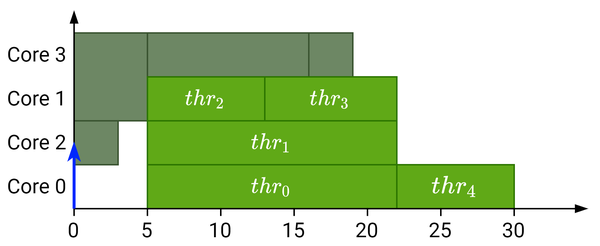
Above: Notes/TFM_presentations/midterm/figures/drawings/taskModels_gang_1.png in jmigual/APATeoria (draw.io), before the change. Source tidied: cells renumbered, new cells last; positions are measured from the earlier drawing's top-left corner, leaving out a move shared by most shapes. The source it was exported from:
```xml
<mxGraphModel math="1">
  <root>
    <mxCell id="0" />
    <mxCell id="1" parent="0" />
    <mxCell id="2" style="rounded=0;whiteSpace=wrap;html=1;align=center;fillColor=#6d8764;strokeColor=#3A5431;fontColor=#ffffff;fontFamily=Roboto;FType=g;" parent="1" vertex="1">
      <mxGeometry x="210" y="15" width="30" height="30" as="geometry" />
    </mxCell>
    <mxCell id="3" value="&lt;span style=&quot;font-size: 14px&quot;&gt;$$thr_4$$&lt;/span&gt;" style="rounded=0;whiteSpace=wrap;html=1;align=center;fillColor=#60a917;strokeColor=#2D7600;fontColor=#ffffff;fontFamily=Roboto;FType=g;" parent="1" vertex="1">
      <mxGeometry x="270" y="105" width="80" height="30" as="geometry" />
    </mxCell>
    <mxCell id="4" style="rounded=0;whiteSpace=wrap;html=1;align=center;fillColor=#6d8764;strokeColor=#3A5431;fontColor=#ffffff;fontFamily=Roboto;FType=g;" parent="1" vertex="1">
      <mxGeometry x="50" y="75" width="30" height="30" as="geometry" />
    </mxCell>
    <mxCell id="5" style="rounded=0;whiteSpace=wrap;html=1;align=center;fillColor=#6d8764;strokeColor=#3A5431;fontColor=#ffffff;fontFamily=Roboto;FType=g;" parent="1" vertex="1">
      <mxGeometry x="50" y="15" width="50" height="60" as="geometry" />
    </mxCell>
    <mxCell id="6" style="rounded=0;whiteSpace=wrap;html=1;align=center;fillColor=#6d8764;strokeColor=#3A5431;fontColor=#ffffff;fontFamily=Roboto;FType=g;" parent="1" vertex="1">
      <mxGeometry x="100" y="15" width="110" height="30" as="geometry" />
    </mxCell>
    <mxCell id="7" value="$$thr_1$$" style="rounded=0;whiteSpace=wrap;html=1;align=center;fillColor=#60a917;strokeColor=#2D7600;fontColor=#ffffff;fontFamily=Roboto;FType=g;" parent="1" vertex="1">
      <mxGeometry x="100" y="75" width="170" height="30" as="geometry" />
    </mxCell>
    <mxCell id="8" value="$$thr_3$$" style="rounded=0;whiteSpace=wrap;html=1;align=center;fillColor=#60a917;strokeColor=#2D7600;fontColor=#ffffff;fontFamily=Roboto;FType=g;" parent="1" vertex="1">
      <mxGeometry x="180" y="45" width="90" height="30" as="geometry" />
    </mxCell>
    <mxCell id="9" value="$$thr_0$$" style="rounded=0;whiteSpace=wrap;html=1;align=center;fillColor=#60a917;strokeColor=#2D7600;fontColor=#ffffff;fontFamily=Roboto;FType=g;" parent="1" vertex="1">
      <mxGeometry x="100" y="105" width="170" height="30" as="geometry" />
    </mxCell>
    <mxCell id="10" style="endArrow=blockThin;html=1;endFill=1;fontFamily=Roboto;FType=g;" parent="1" edge="1">
      <mxGeometry relative="1" as="geometry">
        <mxPoint x="50" y="135" as="sourcePoint" />
        <mxPoint x="400" y="135" as="targetPoint" />
      </mxGeometry>
    </mxCell>
    <mxCell id="11" style="endArrow=blockThin;html=1;strokeColor=#000000;endFill=1;exitX=0.5;exitY=0;exitDx=0;exitDy=0;fontFamily=Roboto;FType=g;" parent="1" edge="1" source="12">
      <mxGeometry relative="1" as="geometry">
        <mxPoint x="50" as="targetPoint" />
      </mxGeometry>
    </mxCell>
    <mxCell id="12" value="&lt;div style=&quot;font-size: 14px;&quot;&gt;0&lt;/div&gt;" style="text;html=1;strokeColor=none;fillColor=none;align=center;verticalAlign=middle;whiteSpace=wrap;rounded=0;fontSize=14;fontFamily=Roboto;FType=g;" parent="1" vertex="1">
      <mxGeometry x="40" y="140" width="20" height="20" as="geometry" />
    </mxCell>
    <mxCell id="13" value="5" style="text;html=1;strokeColor=none;fillColor=none;align=center;verticalAlign=middle;whiteSpace=wrap;rounded=0;fontSize=14;fontFamily=Roboto;FType=g;" parent="1" vertex="1">
      <mxGeometry x="90" y="140" width="20" height="20" as="geometry" />
    </mxCell>
    <mxCell id="14" value="10" style="text;html=1;strokeColor=none;fillColor=none;align=center;verticalAlign=middle;whiteSpace=wrap;rounded=0;fontSize=14;fontFamily=Roboto;FType=g;" parent="1" vertex="1">
      <mxGeometry x="140" y="140" width="20" height="20" as="geometry" />
    </mxCell>
    <mxCell id="15" value="15" style="text;html=1;strokeColor=none;fillColor=none;align=center;verticalAlign=middle;whiteSpace=wrap;rounded=0;fontSize=14;fontFamily=Roboto;FType=g;" parent="1" vertex="1">
      <mxGeometry x="190" y="140" width="20" height="20" as="geometry" />
    </mxCell>
    <mxCell id="16" value="20" style="text;html=1;strokeColor=none;fillColor=none;align=center;verticalAlign=middle;whiteSpace=wrap;rounded=0;fontSize=14;fontFamily=Roboto;FType=g;" parent="1" vertex="1">
      <mxGeometry x="240" y="140" width="20" height="20" as="geometry" />
    </mxCell>
    <mxCell id="17" style="endArrow=classicThin;html=1;strokeColor=#0027FF;fillColor=#0050ef;endFill=1;strokeWidth=2;fontFamily=Roboto;FType=g;" parent="1" edge="1">
      <mxGeometry relative="1" as="geometry">
        <mxPoint x="50" y="135" as="sourcePoint" />
        <mxPoint x="50" y="90" as="targetPoint" />
      </mxGeometry>
    </mxCell>
    <mxCell id="18" value="Core 0" style="text;html=1;strokeColor=none;fillColor=none;align=center;verticalAlign=middle;whiteSpace=wrap;rounded=0;fontSize=14;fontColor=#000000;fontFamily=Roboto;FType=g;" parent="1" vertex="1">
      <mxGeometry y="110" width="50" height="20" as="geometry" />
    </mxCell>
    <mxCell id="19" value="Core 1" style="text;html=1;strokeColor=none;fillColor=none;align=center;verticalAlign=middle;whiteSpace=wrap;rounded=0;fontSize=14;fontColor=#000000;fontFamily=Roboto;FType=g;" parent="1" vertex="1">
      <mxGeometry y="50" width="50" height="20" as="geometry" />
    </mxCell>
    <mxCell id="20" value="Core 2" style="text;html=1;strokeColor=none;fillColor=none;align=center;verticalAlign=middle;whiteSpace=wrap;rounded=0;fontSize=14;fontColor=#000000;fontFamily=Roboto;FType=g;" parent="1" vertex="1">
      <mxGeometry y="80" width="50" height="20" as="geometry" />
    </mxCell>
    <mxCell id="21" value="Core 3" style="text;html=1;strokeColor=none;fillColor=none;align=center;verticalAlign=middle;whiteSpace=wrap;rounded=0;fontSize=14;fontColor=#000000;fontFamily=Roboto;FType=g;" parent="1" vertex="1">
      <mxGeometry y="20" width="50" height="20" as="geometry" />
    </mxCell>
    <mxCell id="22" style="endArrow=none;html=1;fontFamily=Roboto;FType=g;" parent="1" edge="1" source="23">
      <mxGeometry relative="1" as="geometry">
        <mxPoint x="300" y="135" as="targetPoint" />
      </mxGeometry>
    </mxCell>
    <mxCell id="23" value="25" style="text;html=1;strokeColor=none;fillColor=none;align=center;verticalAlign=middle;whiteSpace=wrap;rounded=0;fontSize=14;fontFamily=Roboto;FType=g;" parent="1" vertex="1">
      <mxGeometry x="290" y="140" width="20" height="20" as="geometry" />
    </mxCell>
    <mxCell id="24" style="endArrow=none;html=1;exitX=0.5;exitY=0;exitDx=0;exitDy=0;fontFamily=Roboto;FType=g;" parent="1" edge="1" source="23">
      <mxGeometry relative="1" as="geometry">
        <mxPoint x="300" y="135" as="targetPoint" />
      </mxGeometry>
    </mxCell>
    <mxCell id="25" style="endArrow=none;html=1;exitX=0.5;exitY=0;exitDx=0;exitDy=0;fontFamily=Roboto;FType=g;" parent="1" edge="1" source="16">
      <mxGeometry relative="1" as="geometry">
        <mxPoint x="250" y="135" as="targetPoint" />
      </mxGeometry>
    </mxCell>
    <mxCell id="26" style="endArrow=none;html=1;exitX=0.5;exitY=0;exitDx=0;exitDy=0;fontFamily=Roboto;FType=g;" parent="1" edge="1" source="15">
      <mxGeometry relative="1" as="geometry">
        <mxPoint x="200" y="135" as="targetPoint" />
      </mxGeometry>
    </mxCell>
    <mxCell id="27" style="endArrow=none;html=1;exitX=0.5;exitY=0;exitDx=0;exitDy=0;fontFamily=Roboto;FType=g;" parent="1" edge="1" source="14">
      <mxGeometry relative="1" as="geometry">
        <mxPoint x="150" y="135" as="targetPoint" />
      </mxGeometry>
    </mxCell>
    <mxCell id="28" style="endArrow=none;html=1;exitX=0.5;exitY=0;exitDx=0;exitDy=0;fontFamily=Roboto;FType=g;" parent="1" edge="1" source="13">
      <mxGeometry relative="1" as="geometry">
        <mxPoint x="100" y="135" as="targetPoint" />
      </mxGeometry>
    </mxCell>
    <mxCell id="29" value="$$thr_2$$" style="rounded=0;whiteSpace=wrap;html=1;align=center;fillColor=#60a917;strokeColor=#2D7600;fontColor=#ffffff;fontFamily=Roboto;FType=g;" parent="1" vertex="1">
      <mxGeometry x="100" y="45" width="80" height="30" as="geometry" />
    </mxCell>
    <mxCell id="30" style="endArrow=none;html=1;fontFamily=Roboto;FType=g;" parent="1" edge="1" source="31">
      <mxGeometry relative="1" as="geometry">
        <mxPoint x="350" y="135" as="targetPoint" />
      </mxGeometry>
    </mxCell>
    <mxCell id="31" value="30" style="text;html=1;strokeColor=none;fillColor=none;align=center;verticalAlign=middle;whiteSpace=wrap;rounded=0;fontSize=14;fontFamily=Roboto;FType=g;" parent="1" vertex="1">
      <mxGeometry x="340" y="140" width="20" height="20" as="geometry" />
    </mxCell>
    <mxCell id="32" style="endArrow=none;html=1;exitX=0.5;exitY=0;exitDx=0;exitDy=0;fontFamily=Roboto;FType=g;" parent="1" edge="1" source="31">
      <mxGeometry relative="1" as="geometry">
        <mxPoint x="350" y="135" as="targetPoint" />
      </mxGeometry>
    </mxCell>
  </root>
</mxGraphModel>
```
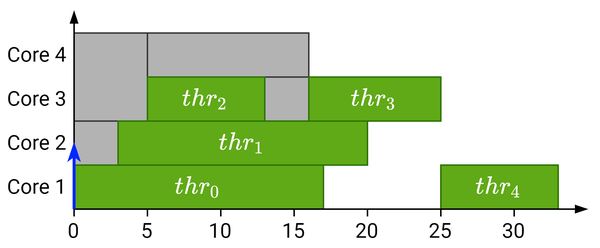
Later version of the same file.

Diff of the diagram source:
```diff
@@ -2,29 +2,29 @@
   <root>
     <mxCell id="0" />
     <mxCell id="1" parent="0" />
-    <mxCell id="2" style="rounded=0;whiteSpace=wrap;html=1;align=center;fillColor=#6d8764;strokeColor=#3A5431;fontColor=#ffffff;fontFamily=Roboto;FType=g;" parent="1" vertex="1">
-      <mxGeometry x="210" y="15" width="30" height="30" as="geometry" />
+    <mxCell id="2" value="&lt;span style=&quot;font-size: 14px&quot;&gt;$$thr_4$$&lt;/span&gt;" style="rounded=0;whiteSpace=wrap;html=1;align=center;fillColor=#60a917;strokeColor=#2D7600;fontColor=#ffffff;fontFamily=Roboto;FType=g;" parent="1" vertex="1">
+      <mxGeometry x="300" y="105" width="80" height="30" as="geometry" />
     </mxCell>
-    <mxCell id="3" value="&lt;span style=&quot;font-size: 14px&quot;&gt;$$thr_4$$&lt;/span&gt;" style="rounded=0;whiteSpace=wrap;html=1;align=center;fillColor=#60a917;strokeColor=#2D7600;fontColor=#ffffff;fontFamily=Roboto;FType=g;" parent="1" vertex="1">
-      <mxGeometry x="270" y="105" width="80" height="30" as="geometry" />
+    <mxCell id="3" style="rounded=0;whiteSpace=wrap;html=1;align=center;fillColor=#B3B3B3;strokeColor=#36393d;fontFamily=Roboto;FType=g;" parent="1" vertex="1">
+      <mxGeometry x="180" y="45" width="30" height="30" as="geometry" />
     </mxCell>
-    <mxCell id="4" style="rounded=0;whiteSpace=wrap;html=1;align=center;fillColor=#6d8764;strokeColor=#3A5431;fontColor=#ffffff;fontFamily=Roboto;FType=g;" parent="1" vertex="1">
-      <mxGeometry x="50" y="75" width="30" height="30" as="geometry" />
+    <mxCell id="4" value="&lt;span style=&quot;font-size: 14px&quot;&gt;$$thr_4$$&lt;/span&gt;" style="rounded=0;whiteSpace=wrap;html=1;align=center;fillColor=#60a917;strokeColor=#2D7600;fontColor=#ffffff;fontFamily=Roboto;FType=g;" parent="1" vertex="1">
+      <mxGeometry x="300" y="105" width="80" height="30" as="geometry" />
     </mxCell>
-    <mxCell id="5" style="rounded=0;whiteSpace=wrap;html=1;align=center;fillColor=#6d8764;strokeColor=#3A5431;fontColor=#ffffff;fontFamily=Roboto;FType=g;" parent="1" vertex="1">
-      <mxGeometry x="50" y="15" width="50" height="60" as="geometry" />
+    <mxCell id="5" style="rounded=0;whiteSpace=wrap;html=1;align=center;fillColor=#B3B3B3;strokeColor=#3A5431;fontColor=#ffffff;fontFamily=Roboto;FType=g;" parent="1" vertex="1">
+      <mxGeometry x="50" y="75" width="30" height="30" as="geometry" />
     </mxCell>
-    <mxCell id="6" style="rounded=0;whiteSpace=wrap;html=1;align=center;fillColor=#6d8764;strokeColor=#3A5431;fontColor=#ffffff;fontFamily=Roboto;FType=g;" parent="1" vertex="1">
-      <mxGeometry x="100" y="15" width="110" height="30" as="geometry" />
+    <mxCell id="6" style="rounded=0;whiteSpace=wrap;html=1;align=center;fillColor=#B3B3B3;strokeColor=#36393d;fontFamily=Roboto;FType=g;" parent="1" vertex="1">
+      <mxGeometry x="50" y="15" width="50" height="60" as="geometry" />
     </mxCell>
-    <mxCell id="7" value="$$thr_1$$" style="rounded=0;whiteSpace=wrap;html=1;align=center;fillColor=#60a917;strokeColor=#2D7600;fontColor=#ffffff;fontFamily=Roboto;FType=g;" parent="1" vertex="1">
-      <mxGeometry x="100" y="75" width="170" height="30" as="geometry" />
+    <mxCell id="7" style="rounded=0;whiteSpace=wrap;html=1;align=center;fillColor=#B3B3B3;strokeColor=#36393d;fontFamily=Roboto;FType=g;" parent="1" vertex="1">
+      <mxGeometry x="100" y="15" width="110" height="30" as="geometry" />
     </mxCell>
-    <mxCell id="8" value="$$thr_3$$" style="rounded=0;whiteSpace=wrap;html=1;align=center;fillColor=#60a917;strokeColor=#2D7600;fontColor=#ffffff;fontFamily=Roboto;FType=g;" parent="1" vertex="1">
-      <mxGeometry x="180" y="45" width="90" height="30" as="geometry" />
+    <mxCell id="8" value="&lt;span style=&quot;font-size: 14px&quot;&gt;$$thr_3$$&lt;/span&gt;" style="rounded=0;whiteSpace=wrap;html=1;align=center;fillColor=#60a917;strokeColor=#2D7600;fontColor=#ffffff;fontFamily=Roboto;FType=g;" parent="1" vertex="1">
+      <mxGeometry x="210" y="45" width="90" height="30" as="geometry" />
     </mxCell>
-    <mxCell id="9" value="$$thr_0$$" style="rounded=0;whiteSpace=wrap;html=1;align=center;fillColor=#60a917;strokeColor=#2D7600;fontColor=#ffffff;fontFamily=Roboto;FType=g;" parent="1" vertex="1">
-      <mxGeometry x="100" y="105" width="170" height="30" as="geometry" />
+    <mxCell id="9" value="&lt;span style=&quot;font-size: 14px&quot;&gt;$$thr_0$$&lt;/span&gt;" style="rounded=0;whiteSpace=wrap;html=1;align=center;fillColor=#60a917;strokeColor=#2D7600;fontColor=#ffffff;fontFamily=Roboto;FType=g;" parent="1" vertex="1">
+      <mxGeometry x="50" y="105" width="170" height="30" as="geometry" />
     </mxCell>
     <mxCell id="10" style="endArrow=blockThin;html=1;endFill=1;fontFamily=Roboto;FType=g;" parent="1" edge="1">
       <mxGeometry relative="1" as="geometry">
@@ -58,16 +58,16 @@
         <mxPoint x="50" y="90" as="targetPoint" />
       </mxGeometry>
     </mxCell>
-    <mxCell id="18" value="Core 0" style="text;html=1;strokeColor=none;fillColor=none;align=center;verticalAlign=middle;whiteSpace=wrap;rounded=0;fontSize=14;fontColor=#000000;fontFamily=Roboto;FType=g;" parent="1" vertex="1">
+    <mxCell id="18" value="Core 1" style="text;html=1;strokeColor=none;fillColor=none;align=center;verticalAlign=middle;whiteSpace=wrap;rounded=0;fontSize=14;fontColor=#000000;fontFamily=Roboto;FType=g;" parent="1" vertex="1">
       <mxGeometry y="110" width="50" height="20" as="geometry" />
     </mxCell>
-    <mxCell id="19" value="Core 1" style="text;html=1;strokeColor=none;fillColor=none;align=center;verticalAlign=middle;whiteSpace=wrap;rounded=0;fontSize=14;fontColor=#000000;fontFamily=Roboto;FType=g;" parent="1" vertex="1">
+    <mxCell id="19" value="Core 3" style="text;html=1;strokeColor=none;fillColor=none;align=center;verticalAlign=middle;whiteSpace=wrap;rounded=0;fontSize=14;fontColor=#000000;fontFamily=Roboto;FType=g;" parent="1" vertex="1">
       <mxGeometry y="50" width="50" height="20" as="geometry" />
     </mxCell>
     <mxCell id="20" value="Core 2" style="text;html=1;strokeColor=none;fillColor=none;align=center;verticalAlign=middle;whiteSpace=wrap;rounded=0;fontSize=14;fontColor=#000000;fontFamily=Roboto;FType=g;" parent="1" vertex="1">
       <mxGeometry y="80" width="50" height="20" as="geometry" />
     </mxCell>
-    <mxCell id="21" value="Core 3" style="text;html=1;strokeColor=none;fillColor=none;align=center;verticalAlign=middle;whiteSpace=wrap;rounded=0;fontSize=14;fontColor=#000000;fontFamily=Roboto;FType=g;" parent="1" vertex="1">
+    <mxCell id="21" value="Core 4" style="text;html=1;strokeColor=none;fillColor=none;align=center;verticalAlign=middle;whiteSpace=wrap;rounded=0;fontSize=14;fontColor=#000000;fontFamily=Roboto;FType=g;" parent="1" vertex="1">
       <mxGeometry y="20" width="50" height="20" as="geometry" />
     </mxCell>
     <mxCell id="22" style="endArrow=none;html=1;fontFamily=Roboto;FType=g;" parent="1" edge="1" source="23">
@@ -103,21 +103,24 @@
         <mxPoint x="100" y="135" as="targetPoint" />
       </mxGeometry>
     </mxCell>
-    <mxCell id="29" value="$$thr_2$$" style="rounded=0;whiteSpace=wrap;html=1;align=center;fillColor=#60a917;strokeColor=#2D7600;fontColor=#ffffff;fontFamily=Roboto;FType=g;" parent="1" vertex="1">
+    <mxCell id="29" value="&lt;span style=&quot;font-size: 14px&quot;&gt;$$thr_2$$&lt;/span&gt;" style="rounded=0;whiteSpace=wrap;html=1;align=center;fillColor=#60a917;strokeColor=#2D7600;fontColor=#ffffff;fontFamily=Roboto;FType=g;" parent="1" vertex="1">
       <mxGeometry x="100" y="45" width="80" height="30" as="geometry" />
     </mxCell>
-    <mxCell id="30" style="endArrow=none;html=1;fontFamily=Roboto;FType=g;" parent="1" edge="1" source="31">
-      <mxGeometry relative="1" as="geometry">
-        <mxPoint x="350" y="135" as="targetPoint" />
-      </mxGeometry>
+    <mxCell id="30" value="&lt;span style=&quot;font-size: 14px&quot;&gt;$$thr_1$$&lt;/span&gt;" style="rounded=0;whiteSpace=wrap;html=1;align=center;fillColor=#60a917;strokeColor=#2D7600;fontColor=#ffffff;fontFamily=Roboto;FType=g;" parent="1" vertex="1">
+      <mxGeometry x="80" y="75" width="170" height="30" as="geometry" />
     </mxCell>
-    <mxCell id="31" value="30" style="text;html=1;strokeColor=none;fillColor=none;align=center;verticalAlign=middle;whiteSpace=wrap;rounded=0;fontSize=14;fontFamily=Roboto;FType=g;" parent="1" vertex="1">
-      <mxGeometry x="340" y="140" width="20" height="20" as="geometry" />
+    <mxCell id="31" style="endArrow=none;html=1;fontFamily=Roboto;FType=g;" parent="1" edge="1" source="32">
+      <mxGeometry relative="1" as="geometry">
+        <mxPoint x="350" y="135" as="targetPoint" />
+      </mxGeometry>
     </mxCell>
-    <mxCell id="32" style="endArrow=none;html=1;exitX=0.5;exitY=0;exitDx=0;exitDy=0;fontFamily=Roboto;FType=g;" parent="1" edge="1" source="31">
-      <mxGeometry relative="1" as="geometry">
-        <mxPoint x="350" y="135" as="targetPoint" />
-      </mxGeometry>
+    <mxCell id="32" value="30" style="text;html=1;strokeColor=none;fillColor=none;align=center;verticalAlign=middle;whiteSpace=wrap;rounded=0;fontSize=14;fontFamily=Roboto;FType=g;" parent="1" vertex="1">
+      <mxGeometry x="340" y="140" width="20" height="20" as="geometry" />
     </mxCell>
+    <mxCell id="33" style="endArrow=none;html=1;exitX=0.5;exitY=0;exitDx=0;exitDy=0;fontFamily=Roboto;FType=g;" parent="1" edge="1" source="32">
+      <mxGeometry relative="1" as="geometry">
+        <mxPoint x="350" y="135" as="targetPoint" />
+      </mxGeometry>
+    </mxCell>
   </root>
 </mxGraphModel>
```
